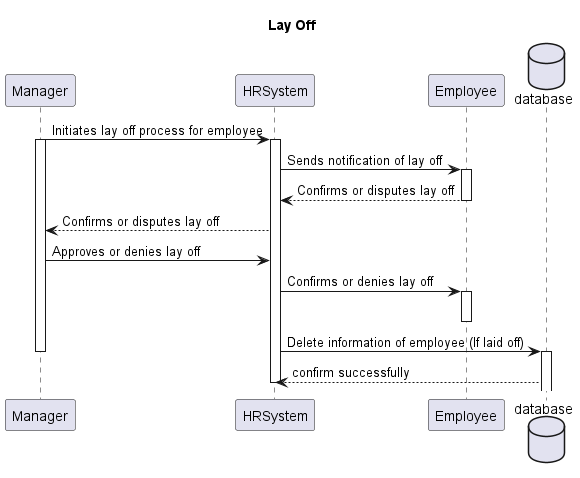
Above: Lab1.2/Sequence diagram/Layoff_seq.png in baonehe/SE357-Pratice-class (PlantUML), before the change.
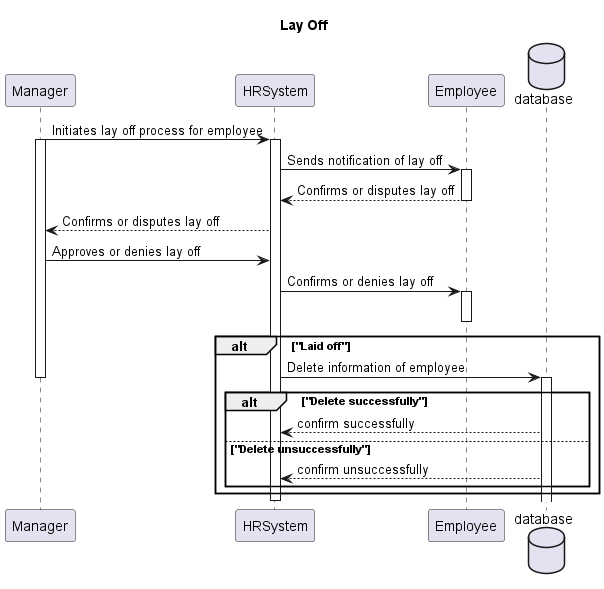
The same file after the commit.

What changed in the source:
```diff
@@ -19,10 +19,15 @@
 HRSystem -> Employee: Confirms or denies lay off
 activate Employee
 deactivate Employee
-HRSystem -> database: Delete information of employee (If laid off)
-
+alt "Laid off"
+HRSystem -> database: Delete information of employee
 deactivate Manager
 activate database
+alt "Delete successfully"
 database --> HRSystem: confirm successfully
+else "Delete unsuccessfully"
+database --> HRSystem: confirm unsuccessfully
+end
+end
 deactivate HRSystem
 @enduml
```
